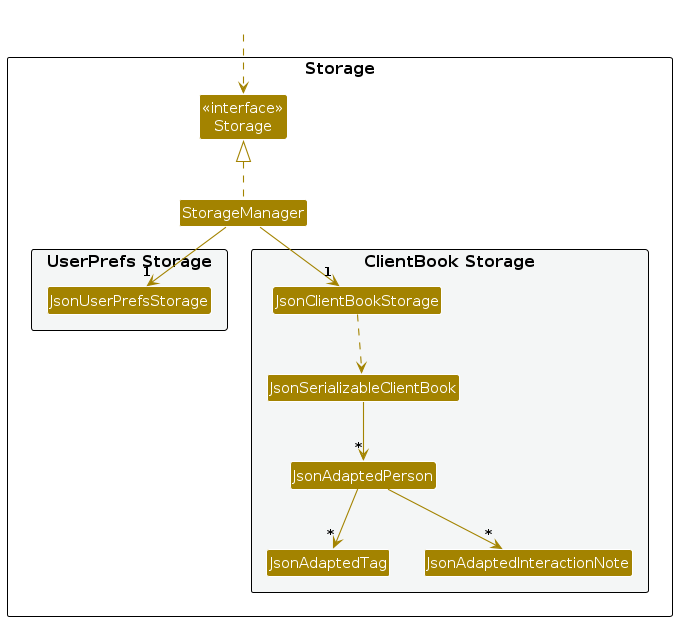
AY2627S1-CS2103T-F14a-4/tp keeps this PlantUML diagram as diagrams/StorageClassDiagram.png. Above is the earlier version. Its source is kept beside it as diagrams/StorageClassDiagram.puml.
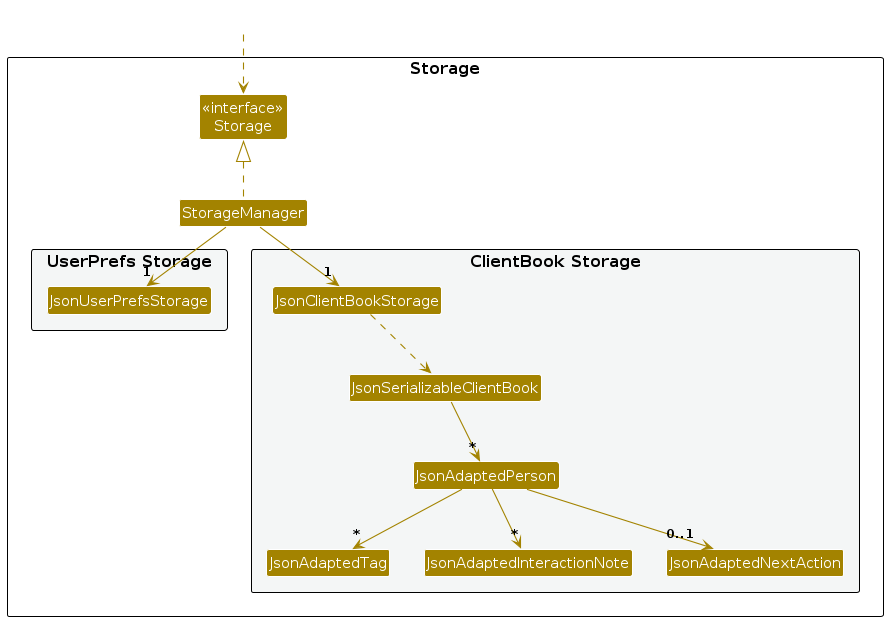
After the change.

Change to the diagram source:
```diff
@@ -19,6 +19,7 @@
 Class JsonAdaptedPerson
 Class JsonAdaptedTag
 Class JsonAdaptedInteractionNote
+Class JsonAdaptedNextAction
 }
 
 }
@@ -34,5 +35,6 @@
 JsonSerializableClientBook --> "*" JsonAdaptedPerson
 JsonAdaptedPerson --> "*" JsonAdaptedTag
 JsonAdaptedPerson --> "*" JsonAdaptedInteractionNote
+JsonAdaptedPerson --> "0..1" JsonAdaptedNextAction
 
 @enduml
```
